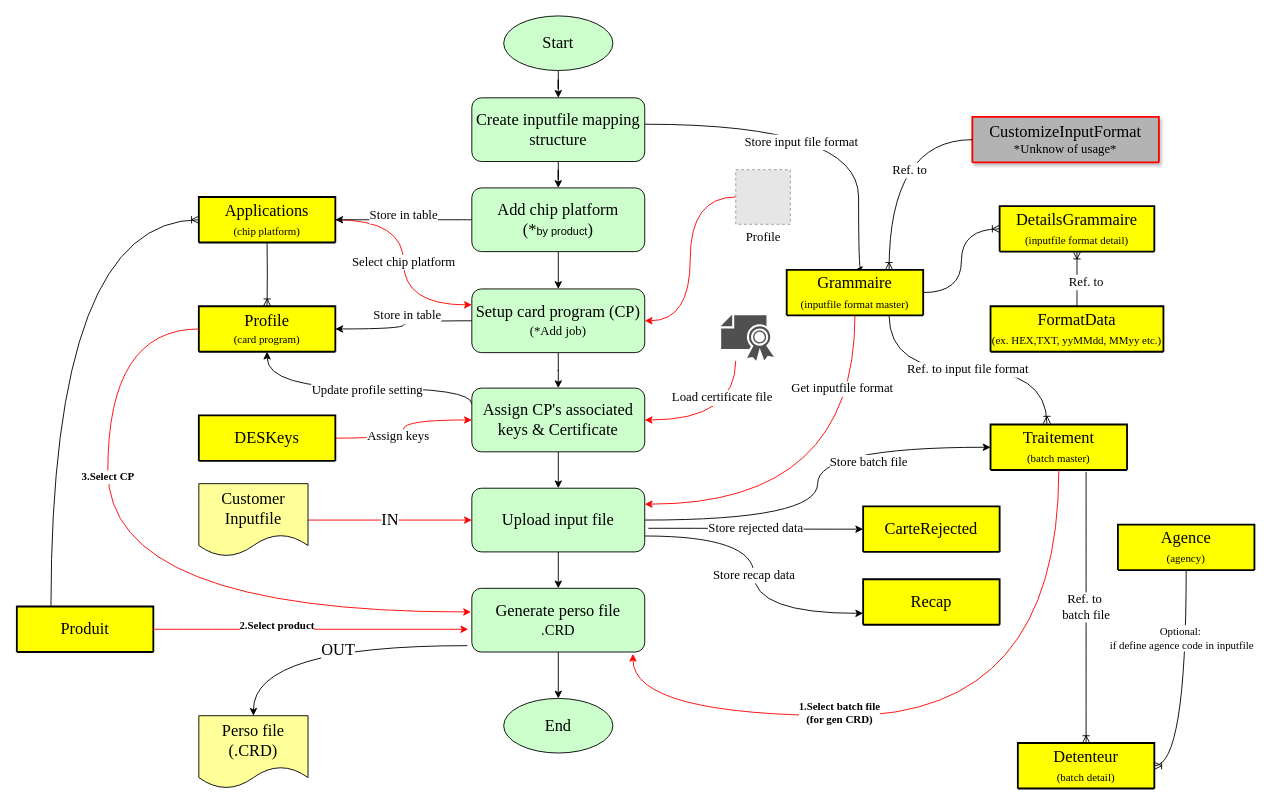
This is page "SmartCPS Core" (1 of 2) of smartcps.drawio from delphihero/MyDocument, a draw.io file, before an edit. Source tidied: cells renumbered, new cells numbered last; positions are measured from the earlier drawing's top-left corner, leaving out a move shared by most shapes. Both pictures are drawn from the tidied source at 91%, with x=0, y=0 at pixel (16, 15). Pictures stored in the file or linked from it are replaced by grey dashed boxes.
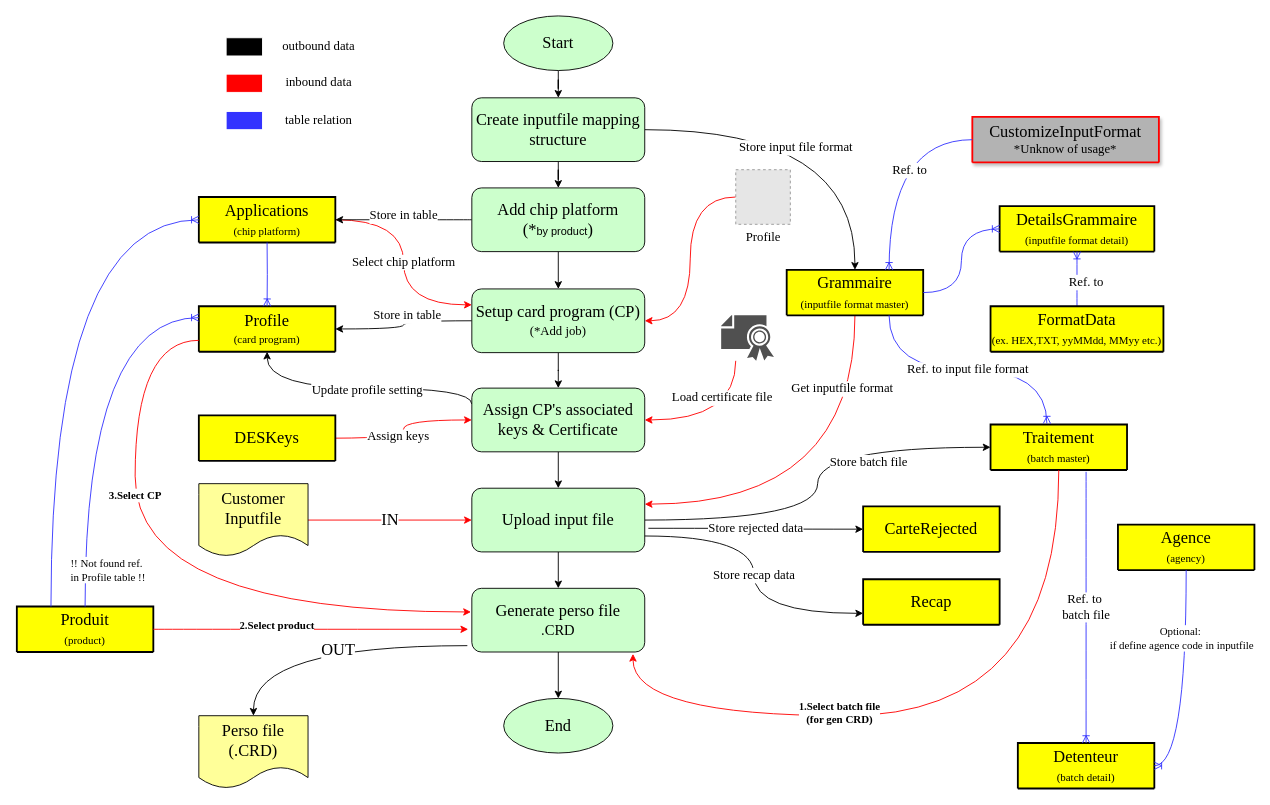
The same page after the edit.

The change refers to these unchanged cells:
```xml
<mxCell id="4" value="&lt;font face=&quot;Garamond&quot; style=&quot;font-size: 18px;&quot;&gt;Create inputfile mapping structure&lt;/font&gt;" style="rounded=1;whiteSpace=wrap;html=1;fillColor=#CCFFCC;" parent="1" vertex="1">
  <mxGeometry x="500" y="90" width="190" height="70" as="geometry" />
</mxCell>
<mxCell id="7" value="&lt;div&gt;&lt;font style=&quot;font-size: 18px;&quot; face=&quot;Garamond&quot;&gt;Grammaire&lt;/font&gt;&lt;/div&gt;&lt;div&gt;&lt;font style=&quot;font-size: 12px;&quot; face=&quot;Garamond&quot;&gt;(inputfile format master)&lt;/font&gt;&lt;font size=&quot;3&quot; face=&quot;Garamond&quot;&gt;&lt;br&gt;&lt;/font&gt;&lt;/div&gt;" style="swimlane;horizontal=1;startSize=50;rounded=1;fontSize=14;fontStyle=0;strokeWidth=2;shadow=0;dashed=0;align=center;arcSize=4;whiteSpace=wrap;html=1;fillColor=#FFFF00;" parent="1" vertex="1" collapsed="1">
  <mxGeometry x="846" y="279" width="150" height="50" as="geometry" />
</mxCell>
<mxCell id="8" value="&lt;div&gt;&lt;font style=&quot;font-size: 18px;&quot; face=&quot;Garamond&quot;&gt;DetailsGrammaire&lt;/font&gt;&lt;/div&gt;&lt;div&gt;&lt;font style=&quot;font-size: 18px;&quot; face=&quot;Garamond&quot;&gt;&lt;/font&gt;&lt;div&gt;&lt;font style=&quot;font-size: 12px;&quot; face=&quot;Garamond&quot;&gt;(inputfile format detail)&lt;/font&gt;&lt;font size=&quot;3&quot; face=&quot;Garamond&quot;&gt;&lt;br&gt;&lt;/font&gt;&lt;/div&gt;&lt;font style=&quot;font-size: 18px;&quot; face=&quot;Garamond&quot;&gt;&lt;/font&gt;&lt;/div&gt;" style="swimlane;horizontal=1;startSize=50;rounded=1;fontSize=14;fontStyle=0;strokeWidth=2;shadow=0;dashed=0;align=center;arcSize=4;whiteSpace=wrap;html=1;fillColor=#FFFF00;" parent="1" vertex="1" collapsed="1">
  <mxGeometry x="1080" y="209" width="170" height="50" as="geometry" />
</mxCell>
<mxCell id="28" value="&lt;div&gt;&lt;font style=&quot;font-size: 18px;&quot; face=&quot;Garamond&quot;&gt;Profile&lt;/font&gt;&lt;/div&gt;&lt;div&gt;&lt;font style=&quot;font-size: 12px;&quot; face=&quot;Garamond&quot;&gt;(card program)&lt;br&gt;&lt;/font&gt;&lt;/div&gt;" style="swimlane;horizontal=1;startSize=50;rounded=1;fontSize=14;fontStyle=0;strokeWidth=2;shadow=0;dashed=0;align=center;arcSize=4;whiteSpace=wrap;html=1;fillColor=#FFFF00;" parent="1" vertex="1" collapsed="1">
  <mxGeometry x="200" y="319" width="150" height="50" as="geometry" />
</mxCell>
<mxCell id="30" value="&lt;div&gt;&lt;font style=&quot;font-size: 18px;&quot; face=&quot;Garamond&quot;&gt;Applications&lt;/font&gt;&lt;/div&gt;&lt;div&gt;&lt;font style=&quot;font-size: 12px;&quot; face=&quot;Garamond&quot;&gt;(chip platform)&lt;/font&gt;&lt;font size=&quot;3&quot; face=&quot;Garamond&quot;&gt;&lt;br&gt;&lt;/font&gt;&lt;/div&gt;" style="swimlane;horizontal=1;startSize=50;rounded=1;fontSize=14;fontStyle=0;strokeWidth=2;shadow=0;dashed=0;align=center;arcSize=4;whiteSpace=wrap;html=1;fillColor=#FFFF00;" parent="1" vertex="1" collapsed="1">
  <mxGeometry x="200" y="199" width="150" height="50" as="geometry" />
</mxCell>
<mxCell id="47" value="&lt;div&gt;&lt;font style=&quot;font-size: 18px;&quot; face=&quot;Garamond&quot;&gt;Generate perso file&lt;/font&gt;&lt;/div&gt;&lt;div&gt;&lt;font size=&quot;3&quot; face=&quot;Garamond&quot;&gt;.CRD&lt;br&gt;&lt;/font&gt;&lt;/div&gt;" style="rounded=1;whiteSpace=wrap;html=1;fillColor=#CCFFCC;" parent="1" vertex="1">
  <mxGeometry x="500" y="629" width="190" height="70" as="geometry" />
</mxCell>
<mxCell id="48" value="&lt;div&gt;&lt;font style=&quot;font-size: 18px;&quot; face=&quot;Garamond&quot;&gt;Traitement&lt;/font&gt;&lt;/div&gt;&lt;div&gt;&lt;font style=&quot;font-size: 12px;&quot; face=&quot;Garamond&quot;&gt;(batch master)&lt;/font&gt;&lt;font size=&quot;3&quot; face=&quot;jMzl_yuLl0mQnvaVNmXk&quot;&gt;&lt;br&gt;&lt;/font&gt;&lt;/div&gt;" style="swimlane;horizontal=1;startSize=50;rounded=1;fontSize=14;fontStyle=0;strokeWidth=2;shadow=0;dashed=0;align=center;arcSize=4;whiteSpace=wrap;html=1;fillColor=#FFFF00;" parent="1" vertex="1" collapsed="1">
  <mxGeometry x="1070" y="449" width="150" height="50" as="geometry" />
</mxCell>
<mxCell id="49" value="&lt;div&gt;&lt;font style=&quot;font-size: 18px;&quot; face=&quot;Garamond&quot;&gt;Detenteur&lt;/font&gt;&lt;/div&gt;&lt;div&gt;&lt;div&gt;&lt;font style=&quot;font-size: 12px;&quot; face=&quot;Garamond&quot;&gt;(batch detail)&lt;/font&gt;&lt;font size=&quot;3&quot; face=&quot;xLAoZv_TWANBeWZ196cj&quot;&gt;&lt;br&gt;&lt;/font&gt;&lt;/div&gt;&lt;/div&gt;" style="swimlane;horizontal=1;startSize=50;rounded=1;fontSize=14;fontStyle=0;strokeWidth=2;shadow=0;dashed=0;align=center;arcSize=4;whiteSpace=wrap;html=1;fillColor=#FFFF00;" parent="1" vertex="1" collapsed="1">
  <mxGeometry x="1100" y="799" width="150" height="50" as="geometry" />
</mxCell>
<mxCell id="53" value="&lt;div&gt;&lt;font style=&quot;font-size: 18px;&quot; face=&quot;Garamond&quot;&gt;CustomizeInputFormat&lt;/font&gt;&lt;/div&gt;&lt;div&gt;&lt;font style=&quot;font-size: 14px;&quot; face=&quot;Garamond&quot;&gt;*Unknow of usage*&lt;i&gt;&lt;br&gt;&lt;/i&gt;&lt;/font&gt;&lt;/div&gt;" style="swimlane;horizontal=1;startSize=50;rounded=1;fontSize=14;fontStyle=0;strokeWidth=2;shadow=1;dashed=0;align=center;arcSize=4;whiteSpace=wrap;html=1;fillColor=#B3B3B3;strokeColor=#FF0000;" parent="1" vertex="1" collapsed="1">
  <mxGeometry x="1050" y="111" width="205" height="50" as="geometry" />
</mxCell>
<mxCell id="58" value="&lt;div&gt;&lt;font style=&quot;font-size: 18px;&quot; face=&quot;Garamond&quot;&gt;FormatData&lt;/font&gt;&lt;/div&gt;&lt;div&gt;&lt;font style=&quot;font-size: 18px;&quot; face=&quot;Garamond&quot;&gt;&lt;/font&gt;&lt;div&gt;&lt;font style=&quot;font-size: 12px;&quot; face=&quot;Garamond&quot;&gt;(ex. HEX,TXT, yyMMdd, MMyy etc.)&lt;/font&gt;&lt;font size=&quot;3&quot; face=&quot;Garamond&quot;&gt;&lt;br&gt;&lt;/font&gt;&lt;/div&gt;&lt;font style=&quot;font-size: 18px;&quot; face=&quot;Garamond&quot;&gt;&lt;/font&gt;&lt;/div&gt;" style="swimlane;horizontal=1;startSize=50;rounded=1;fontSize=14;fontStyle=0;strokeWidth=2;shadow=0;dashed=0;align=center;arcSize=4;whiteSpace=wrap;html=1;fillColor=#FFFF00;" parent="1" vertex="1" collapsed="1">
  <mxGeometry x="1070" y="319" width="190" height="50" as="geometry" />
</mxCell>
<mxCell id="59" value="&lt;div&gt;&lt;font style=&quot;font-size: 18px;&quot; face=&quot;Garamond&quot;&gt;Agence&lt;/font&gt;&lt;/div&gt;&lt;div&gt;&lt;font style=&quot;font-size: 12px;&quot; face=&quot;Garamond&quot;&gt;(agency)&lt;/font&gt;&lt;font size=&quot;3&quot; face=&quot;Garamond&quot;&gt;&lt;br&gt;&lt;/font&gt;&lt;/div&gt;" style="swimlane;horizontal=1;startSize=50;rounded=1;fontSize=14;fontStyle=0;strokeWidth=2;shadow=0;dashed=0;align=center;arcSize=4;whiteSpace=wrap;html=1;fillColor=#FFFF00;" parent="1" vertex="1" collapsed="1">
  <mxGeometry x="1210" y="559" width="150" height="50" as="geometry" />
</mxCell>
```

Diff of the diagram source:
```diff
@@
     <mxCell id="2" value="&lt;font style=&quot;font-size: 14px;&quot; face=&quot;Garamond&quot;&gt;Store input file format&lt;/font&gt;" style="edgeStyle=orthogonalEdgeStyle;rounded=0;jettySize=auto;html=1;entryX=0.5;entryY=0;entryDx=0;entryDy=0;curved=1;" parent="1" edge="1" source="4" target="7">
-      <mxGeometry x="-0.14" y="-20" relative="1" as="geometry">
-        <Array as="points">
-          <mxPoint x="925" y="119" />
-        </Array>
-      </mxGeometry>
+      <mxGeometry x="-0.14" y="-20" relative="1" as="geometry" />
     </mxCell>
@@
-    <mxCell id="35" style="edgeStyle=orthogonalEdgeStyle;fontSize=12;html=1;endArrow=ERoneToMany;rounded=0;entryX=0.5;entryY=0;entryDx=0;entryDy=0;curved=1;" parent="1" edge="1" target="28">
+    <mxCell id="35" style="edgeStyle=orthogonalEdgeStyle;fontSize=12;html=1;endArrow=ERoneToMany;rounded=0;entryX=0.5;entryY=0;entryDx=0;entryDy=0;curved=1;strokeColor=#3333FF;" parent="1" edge="1" target="28">
       <mxGeometry relative="1" as="geometry">
         <mxPoint x="275" y="249" as="sourcePoint" />
       </mxGeometry>
     </mxCell>
-    <mxCell id="36" style="edgeStyle=orthogonalEdgeStyle;fontSize=12;html=1;endArrow=ERoneToMany;rounded=0;entryX=0;entryY=0.5;entryDx=0;entryDy=0;exitX=1;exitY=0.5;exitDx=0;exitDy=0;curved=1;" parent="1" edge="1" source="7" target="8">
+    <mxCell id="36" style="edgeStyle=orthogonalEdgeStyle;fontSize=12;html=1;endArrow=ERoneToMany;rounded=0;entryX=0;entryY=0.5;entryDx=0;entryDy=0;exitX=1;exitY=0.5;exitDx=0;exitDy=0;curved=1;strokeColor=#3333FF;" parent="1" edge="1" source="7" target="8">
       <mxGeometry relative="1" as="geometry" />
     </mxCell>
@@
-    <mxCell id="54" value="&lt;font style=&quot;font-size: 14px;&quot; face=&quot;Garamond&quot;&gt;Ref. to&lt;/font&gt;" style="edgeStyle=orthogonalEdgeStyle;fontSize=12;html=1;endArrow=ERoneToMany;rounded=0;entryX=0.75;entryY=0;entryDx=0;entryDy=0;exitX=0;exitY=0.5;exitDx=0;exitDy=0;curved=1;" parent="1" edge="1" source="53" target="7">
+    <mxCell id="54" value="&lt;font style=&quot;font-size: 14px;&quot; face=&quot;Garamond&quot;&gt;Ref. to&lt;/font&gt;" style="edgeStyle=orthogonalEdgeStyle;fontSize=12;html=1;endArrow=ERoneToMany;rounded=0;entryX=0.75;entryY=0;entryDx=0;entryDy=0;exitX=0;exitY=0.5;exitDx=0;exitDy=0;curved=1;strokeColor=#3333FF;" parent="1" edge="1" source="53" target="7">
       <mxGeometry x="0.06" y="22" relative="1" as="geometry">
         <mxPoint y="1" as="offset" />
       </mxGeometry>
     </mxCell>
-    <mxCell id="55" value="&lt;font style=&quot;font-size: 14px;&quot; face=&quot;Garamond&quot;&gt;Ref. to input file format&lt;/font&gt;" style="edgeStyle=orthogonalEdgeStyle;fontSize=12;html=1;endArrow=ERoneToMany;rounded=0;entryX=0.413;entryY=-0.02;entryDx=0;entryDy=0;exitX=0.75;exitY=1;exitDx=0;exitDy=0;entryPerimeter=0;curved=1;" parent="1" edge="1" source="7" target="48">
+    <mxCell id="55" value="&lt;font style=&quot;font-size: 14px;&quot; face=&quot;Garamond&quot;&gt;Ref. to input file format&lt;/font&gt;" style="edgeStyle=orthogonalEdgeStyle;fontSize=12;html=1;endArrow=ERoneToMany;rounded=0;entryX=0.413;entryY=-0.02;entryDx=0;entryDy=0;exitX=0.75;exitY=1;exitDx=0;exitDy=0;entryPerimeter=0;curved=1;strokeColor=#3333FF;" parent="1" edge="1" source="7" target="48">
       <mxGeometry relative="1" as="geometry" />
     </mxCell>
-    <mxCell id="56" value="&lt;div&gt;&lt;font style=&quot;font-size: 14px;&quot; face=&quot;Garamond&quot;&gt;Ref. to&amp;nbsp;&lt;/font&gt;&lt;/div&gt;&lt;div&gt;&lt;font style=&quot;font-size: 14px;&quot; face=&quot;Garamond&quot;&gt;batch file&lt;/font&gt;&lt;/div&gt;" style="edgeStyle=orthogonalEdgeStyle;fontSize=12;html=1;endArrow=ERoneToMany;rounded=0;entryX=0.5;entryY=0;entryDx=0;entryDy=0;exitX=0.7;exitY=1.04;exitDx=0;exitDy=0;curved=1;exitPerimeter=0;" parent="1" edge="1" source="48" target="49">
+    <mxCell id="56" value="&lt;div&gt;&lt;font style=&quot;font-size: 14px;&quot; face=&quot;Garamond&quot;&gt;Ref. to&amp;nbsp;&lt;/font&gt;&lt;/div&gt;&lt;div&gt;&lt;font style=&quot;font-size: 14px;&quot; face=&quot;Garamond&quot;&gt;batch file&lt;/font&gt;&lt;/div&gt;" style="edgeStyle=orthogonalEdgeStyle;fontSize=12;html=1;endArrow=ERoneToMany;rounded=0;entryX=0.5;entryY=0;entryDx=0;entryDy=0;exitX=0.7;exitY=1.04;exitDx=0;exitDy=0;curved=1;exitPerimeter=0;strokeColor=#3333FF;" parent="1" edge="1" source="48" target="49">
       <mxGeometry relative="1" as="geometry" />
     </mxCell>
-    <mxCell id="57" value="&lt;font style=&quot;font-size: 14px;&quot; face=&quot;Garamond&quot;&gt;Ref. to&lt;/font&gt;" style="edgeStyle=orthogonalEdgeStyle;fontSize=12;html=1;endArrow=ERoneToMany;rounded=0;entryX=0.5;entryY=1;entryDx=0;entryDy=0;curved=1;" parent="1" edge="1" source="58" target="8">
+    <mxCell id="57" value="&lt;font style=&quot;font-size: 14px;&quot; face=&quot;Garamond&quot;&gt;Ref. to&lt;/font&gt;" style="edgeStyle=orthogonalEdgeStyle;fontSize=12;html=1;endArrow=ERoneToMany;rounded=0;entryX=0.5;entryY=1;entryDx=0;entryDy=0;curved=1;strokeColor=#3333FF;" parent="1" edge="1" source="58" target="8">
       <mxGeometry x="-0.12" y="-10" relative="1" as="geometry" />
     </mxCell>
@@
-    <mxCell id="60" value="&lt;div&gt;&lt;font style=&quot;font-size: 12px;&quot; face=&quot;Garamond&quot;&gt;Optional:&amp;nbsp;&lt;/font&gt;&lt;/div&gt;&lt;div&gt;&lt;font style=&quot;font-size: 12px;&quot; face=&quot;Garamond&quot;&gt;if define agence code in inputfile&lt;/font&gt;&lt;/div&gt;" style="edgeStyle=orthogonalEdgeStyle;fontSize=12;html=1;endArrow=ERoneToMany;rounded=0;entryX=1;entryY=0.5;entryDx=0;entryDy=0;exitX=0.5;exitY=1;exitDx=0;exitDy=0;curved=1;" parent="1" edge="1" source="59" target="49">
+    <mxCell id="60" value="&lt;div&gt;&lt;font style=&quot;font-size: 12px;&quot; face=&quot;Garamond&quot;&gt;Optional:&amp;nbsp;&lt;/font&gt;&lt;/div&gt;&lt;div&gt;&lt;font style=&quot;font-size: 12px;&quot; face=&quot;Garamond&quot;&gt;if define agence code in inputfile&lt;/font&gt;&lt;/div&gt;" style="edgeStyle=orthogonalEdgeStyle;fontSize=12;html=1;endArrow=ERoneToMany;rounded=0;entryX=1;entryY=0.5;entryDx=0;entryDy=0;exitX=0.5;exitY=1;exitDx=0;exitDy=0;curved=1;strokeColor=#3333FF;" parent="1" edge="1" source="59" target="49">
       <mxGeometry x="-0.4" y="-5" relative="1" as="geometry" />
     </mxCell>
-    <mxCell id="61" value="&lt;b&gt;&lt;font style=&quot;font-size: 12px;&quot; face=&quot;Garamond&quot;&gt;3.Select CP&lt;/font&gt;&lt;/b&gt;" style="edgeStyle=orthogonalEdgeStyle;rounded=0;jettySize=auto;html=1;entryX=-0.005;entryY=0.371;entryDx=0;entryDy=0;entryPerimeter=0;curved=1;strokeColor=#FF0000;" parent="1" edge="1" source="28" target="47">
+    <mxCell id="61" value="&lt;b&gt;&lt;font style=&quot;font-size: 12px;&quot; face=&quot;Garamond&quot;&gt;3.Select CP&lt;/font&gt;&lt;/b&gt;" style="edgeStyle=orthogonalEdgeStyle;rounded=0;jettySize=auto;html=1;entryX=-0.005;entryY=0.371;entryDx=0;entryDy=0;entryPerimeter=0;curved=1;strokeColor=#FF0000;exitX=0;exitY=0.75;exitDx=0;exitDy=0;" parent="1" edge="1" source="28" target="47">
       <mxGeometry x="-0.35" relative="1" as="geometry">
         <Array as="points">
-          <mxPoint x="100" y="344" />
-          <mxPoint x="100" y="655" />
+          <mxPoint x="130" y="357" />
+          <mxPoint x="130" y="655" />
         </Array>
       </mxGeometry>
     </mxCell>
-    <mxCell id="62" value="&lt;font style=&quot;font-size: 18px;&quot; face=&quot;Garamond&quot;&gt;Produit&lt;/font&gt;" style="swimlane;horizontal=1;startSize=50;rounded=1;fontSize=14;fontStyle=0;strokeWidth=2;shadow=0;dashed=0;align=center;arcSize=4;whiteSpace=wrap;html=1;fillColor=#FFFF00;" parent="1" vertex="1" collapsed="1">
+    <mxCell id="62" value="&lt;div&gt;&lt;font style=&quot;font-size: 18px;&quot; face=&quot;Garamond&quot;&gt;Produit&lt;/font&gt;&lt;/div&gt;&lt;div&gt;&lt;font style=&quot;font-size: 12px;&quot; face=&quot;Garamond&quot;&gt;(product)&lt;/font&gt;&lt;font size=&quot;3&quot; face=&quot;Garamond&quot;&gt;&lt;br&gt;&lt;/font&gt;&lt;/div&gt;" style="swimlane;horizontal=1;startSize=50;rounded=1;fontSize=14;fontStyle=0;strokeWidth=2;shadow=0;dashed=0;align=center;arcSize=4;whiteSpace=wrap;html=1;fillColor=#FFFF00;" parent="1" vertex="1" collapsed="1">
       <mxGeometry y="649" width="150" height="50" as="geometry" />
     </mxCell>
@@
-    <mxCell id="67" style="edgeStyle=orthogonalEdgeStyle;fontSize=12;html=1;endArrow=ERoneToMany;rounded=0;curved=1;exitX=0.25;exitY=0;exitDx=0;exitDy=0;entryX=0;entryY=0.5;entryDx=0;entryDy=0;" parent="1" edge="1" source="62" target="30">
+    <mxCell id="67" style="edgeStyle=orthogonalEdgeStyle;fontSize=12;html=1;endArrow=ERoneToMany;rounded=0;curved=1;exitX=0.25;exitY=0;exitDx=0;exitDy=0;entryX=0;entryY=0.5;entryDx=0;entryDy=0;strokeColor=#3333FF;" parent="1" edge="1" source="62" target="30">
       <mxGeometry relative="1" as="geometry" />
     </mxCell>
+    <mxCell id="68" value="&lt;div&gt;&lt;font face=&quot;Garamond&quot;&gt;!! Not found ref.&amp;nbsp;&lt;/font&gt;&lt;/div&gt;&lt;div&gt;&lt;font face=&quot;Garamond&quot;&gt;in Profile table !!&lt;br&gt;&lt;/font&gt;&lt;/div&gt;" style="edgeStyle=orthogonalEdgeStyle;fontSize=12;html=1;endArrow=ERoneToMany;rounded=0;curved=1;entryX=0;entryY=0.25;entryDx=0;entryDy=0;exitX=0.5;exitY=0;exitDx=0;exitDy=0;strokeColor=#3333FF;" parent="1" edge="1" source="62" target="28">
+      <mxGeometry x="-0.82" y="-25" relative="1" as="geometry" />
+    </mxCell>
+    <mxCell id="69" style="group;" parent="1" vertex="1">
+      <mxGeometry x="230" y="19" width="162" height="111" as="geometry" />
+    </mxCell>
+    <mxCell id="70" style="rounded=0;whiteSpace=wrap;html=1;fillColor=#000000;shadow=0;strokeColor=#FFFFFF;" parent="69" vertex="1">
+      <mxGeometry y="5" width="40" height="20" as="geometry" />
+    </mxCell>
+    <mxCell id="71" style="rounded=0;whiteSpace=wrap;html=1;fillColor=#FF0000;shadow=0;strokeColor=#FFFFFF;" parent="69" vertex="1">
+      <mxGeometry y="45" width="40" height="20" as="geometry" />
+    </mxCell>
+    <mxCell id="72" style="rounded=0;whiteSpace=wrap;html=1;fillColor=#3333FF;shadow=0;strokeColor=#FFFFFF;" parent="69" vertex="1">
+      <mxGeometry y="86" width="40" height="20" as="geometry" />
+    </mxCell>
+    <mxCell id="73" value="&lt;font style=&quot;font-size: 14px;&quot; face=&quot;Garamond&quot;&gt;outbound data&lt;br&gt;&lt;/font&gt;" style="text;strokeColor=none;align=center;fillColor=none;html=1;verticalAlign=middle;whiteSpace=wrap;rounded=0;" parent="69" vertex="1">
+      <mxGeometry x="42" width="120" height="30" as="geometry" />
+    </mxCell>
+    <mxCell id="74" value="&lt;font style=&quot;font-size: 14px;&quot; face=&quot;Garamond&quot;&gt;inbound data&lt;br&gt;&lt;/font&gt;" style="text;strokeColor=none;align=center;fillColor=none;html=1;verticalAlign=middle;whiteSpace=wrap;rounded=0;" parent="69" vertex="1">
+      <mxGeometry x="42" y="40" width="120" height="30" as="geometry" />
+    </mxCell>
+    <mxCell id="75" value="&lt;font style=&quot;font-size: 14px;&quot; face=&quot;Garamond&quot;&gt;table relation&lt;br&gt;&lt;/font&gt;" style="text;strokeColor=none;align=center;fillColor=none;html=1;verticalAlign=middle;whiteSpace=wrap;rounded=0;" parent="69" vertex="1">
+      <mxGeometry x="42" y="81" width="120" height="30" as="geometry" />
+    </mxCell>
```
